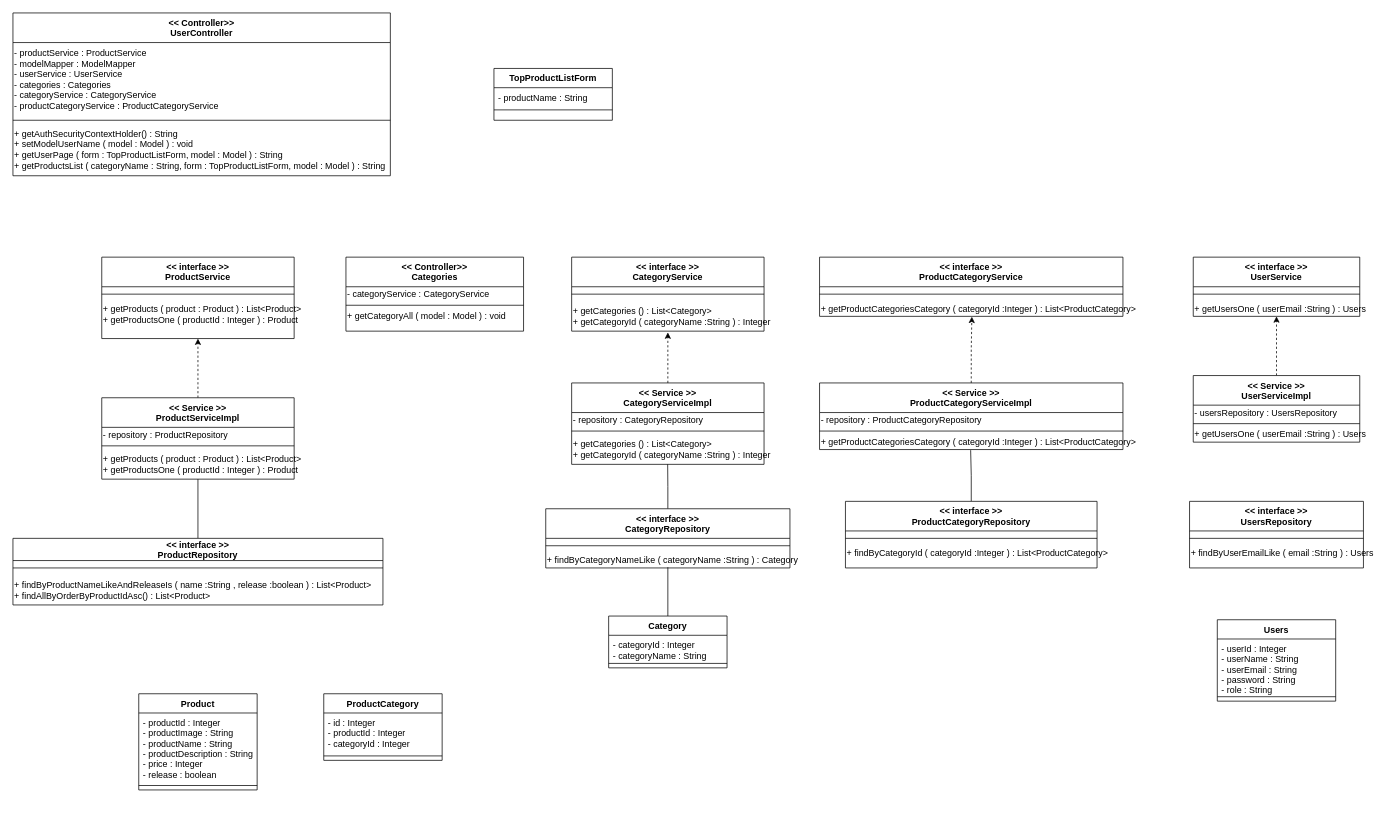
Above: page "商品リスト表示（ユーザー用）" (17 of 18) of クラス図.drawio in kumikoarai/ecsite (draw.io), before the change. Source tidied: cells renumbered, new cells numbered last; positions are measured from the earlier drawing's top-left corner, leaving out a move shared by most shapes. Both pictures are drawn from the tidied source at 74%, with x=0, y=0 at pixel (13, 13).
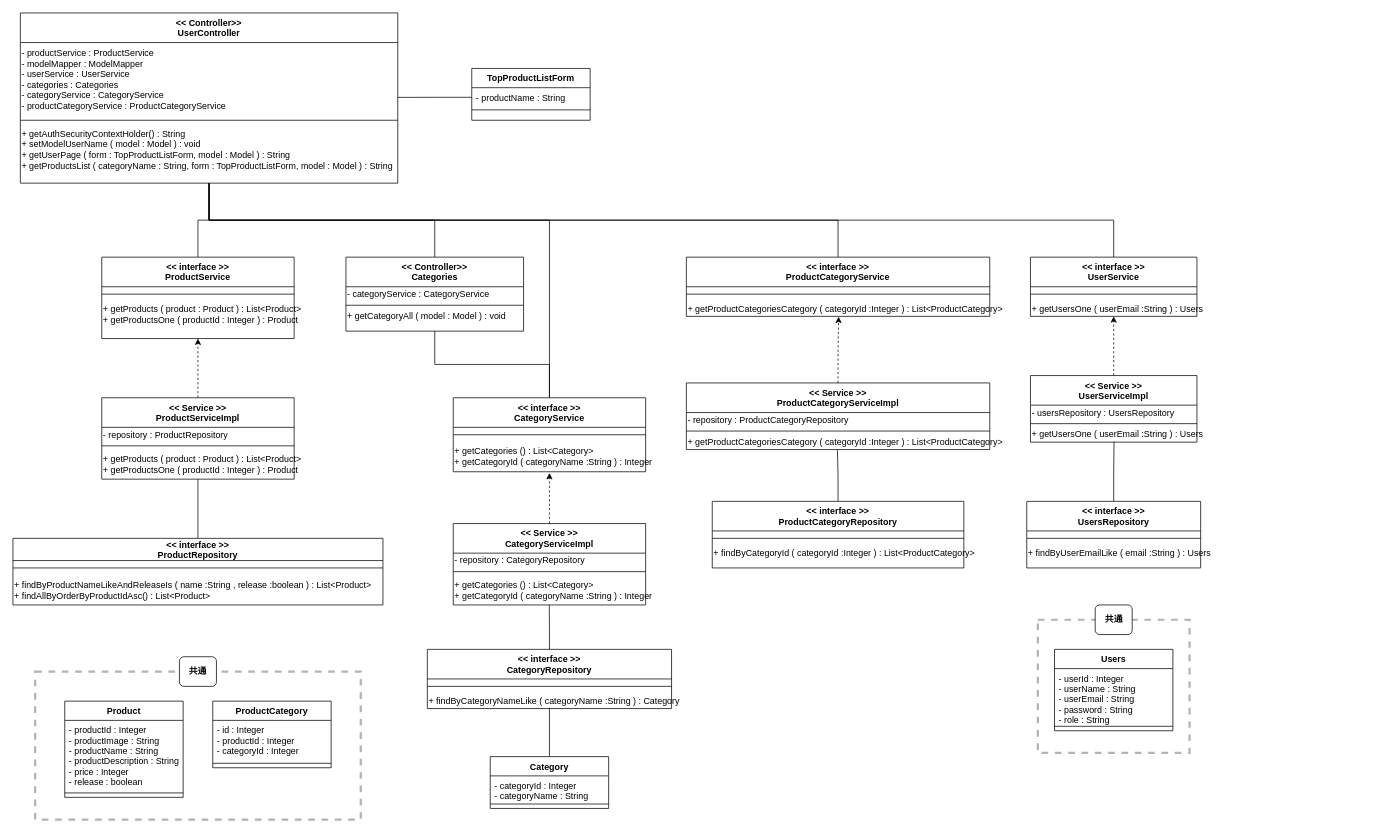
The same diagram, later.

The change refers to these unchanged cells:
```xml
<mxCell id="3" value="&lt;p style=&quot;margin-top: 0pt; margin-bottom: 0pt; margin-left: 0in; direction: ltr; unicode-bidi: embed; word-break: normal;&quot;&gt;-&amp;nbsp;productService :&amp;nbsp;ProductService&lt;/p&gt;&lt;p style=&quot;margin-top: 0pt; margin-bottom: 0pt; margin-left: 0in; direction: ltr; unicode-bidi: embed; word-break: normal;&quot;&gt;-&amp;nbsp;modelMapper :&amp;nbsp;ModelMapper&lt;/p&gt;&lt;p style=&quot;margin-top: 0pt; margin-bottom: 0pt; margin-left: 0in; direction: ltr; unicode-bidi: embed; word-break: normal;&quot;&gt;-&amp;nbsp;userService :&amp;nbsp;UserService&lt;/p&gt;&lt;p style=&quot;margin-top: 0pt; margin-bottom: 0pt; margin-left: 0in; direction: ltr; unicode-bidi: embed; word-break: normal;&quot;&gt;-&amp;nbsp;categories :&amp;nbsp;Categories&lt;/p&gt;&lt;p style=&quot;margin-top: 0pt; margin-bottom: 0pt; margin-left: 0in; direction: ltr; unicode-bidi: embed; word-break: normal;&quot;&gt;&lt;span style=&quot;background-color: initial;&quot;&gt;-&amp;nbsp;categoryService :&amp;nbsp;CategoryService&lt;/span&gt;&lt;br&gt;&lt;/p&gt;&lt;p style=&quot;margin-top: 0pt; margin-bottom: 0pt; margin-left: 0in; direction: ltr; unicode-bidi: embed; word-break: normal;&quot;&gt;-&amp;nbsp;productCategoryService :&amp;nbsp;ProductCategoryService&lt;/p&gt;" style="text;align=left;verticalAlign=middle;points=[];strokeColor=none;fillColor=none;spacing=2;html=1;spacingTop=-1;" parent="2" vertex="1">
  <mxGeometry y="40" width="510" height="100" as="geometry" />
</mxCell>
<mxCell id="7" value="- productName : String" style="text;align=left;verticalAlign=top;spacingLeft=4;spacingRight=4;overflow=hidden;points=[[0,0.5],[1,0.5]];portConstraint=eastwest;" parent="6" vertex="1">
  <mxGeometry y="26" width="160" height="26" as="geometry" />
</mxCell>
<mxCell id="12" value="&lt;&lt; interface &gt;&gt;&#10;ProductService" style="swimlane;fontStyle=1;align=center;verticalAlign=middle;horizontal=1;startSize=40;rounded=0;shadow=0;strokeWidth=1;" parent="1" vertex="1">
  <mxGeometry x="120" y="330" width="260" height="110" as="geometry" />
</mxCell>
<mxCell id="24" value="&lt;&lt; Controller&gt;&gt;&#10;Categories" style="swimlane;fontStyle=1;align=center;verticalAlign=middle;horizontal=1;startSize=40;rounded=0;shadow=0;strokeWidth=1;" parent="1" vertex="1">
  <mxGeometry x="450" y="330" width="240" height="100" as="geometry" />
</mxCell>
<mxCell id="66" value="&lt;p style=&quot;margin-top: 0pt; margin-bottom: 0pt; margin-left: 0in; direction: ltr; unicode-bidi: embed; word-break: normal;&quot;&gt;&lt;/p&gt;&lt;font face=&quot;Calibri&quot;&gt;+ getUsersOne ( userEmail :&lt;/font&gt;&lt;span style=&quot;font-family: Calibri;&quot;&gt;String&amp;nbsp;&lt;/span&gt;&lt;font face=&quot;Calibri&quot;&gt;) : Users&lt;/font&gt;&lt;font face=&quot;Calibri&quot;&gt;&lt;br&gt;&lt;/font&gt;" style="text;align=left;verticalAlign=middle;points=[];strokeColor=none;fillColor=none;spacing=2;html=1;spacingTop=-1;" parent="63" vertex="1">
  <mxGeometry y="70" width="225" height="20" as="geometry" />
</mxCell>
```

Diff of the diagram source:
```diff
@@
+    <mxCell id="73" style="rounded=0;whiteSpace=wrap;html=1;dashed=1;labelBackgroundColor=none;labelBorderColor=none;strokeColor=#B3B3B3;strokeWidth=3;fontSize=12;" parent="1" vertex="1">
+      <mxGeometry x="1385" y="820" width="205" height="180" as="geometry" />
+    </mxCell>
+    <mxCell id="74" value="共通" style="rounded=1;whiteSpace=wrap;html=1;fontStyle=1;fontSize=12;" parent="1" vertex="1">
+      <mxGeometry x="1462.5" y="800" width="50" height="40" as="geometry" />
+    </mxCell>
+    <mxCell id="75" style="rounded=0;whiteSpace=wrap;html=1;dashed=1;labelBackgroundColor=none;labelBorderColor=none;strokeColor=#B3B3B3;strokeWidth=3;fontSize=12;" parent="1" vertex="1">
+      <mxGeometry x="30" y="890" width="440" height="200" as="geometry" />
+    </mxCell>
+    <mxCell id="76" value="共通" style="rounded=1;whiteSpace=wrap;html=1;fontStyle=1;fontSize=12;" parent="1" vertex="1">
+      <mxGeometry x="225" y="870" width="50" height="40" as="geometry" />
+    </mxCell>
+    <mxCell id="77" style="edgeStyle=orthogonalEdgeStyle;rounded=0;jettySize=auto;html=1;exitX=0.5;exitY=1;exitDx=0;exitDy=0;entryX=0.5;entryY=0;entryDx=0;entryDy=0;endArrow=none;endFill=0;" parent="1" edge="1" source="2" target="12">
+      <mxGeometry relative="1" as="geometry" />
+    </mxCell>
+    <mxCell id="78" style="edgeStyle=orthogonalEdgeStyle;rounded=0;jettySize=auto;html=1;exitX=0.5;exitY=1;exitDx=0;exitDy=0;entryX=0.5;entryY=0;entryDx=0;entryDy=0;endArrow=none;endFill=0;" parent="1" edge="1" source="2" target="24">
+      <mxGeometry relative="1" as="geometry" />
+    </mxCell>
+    <mxCell id="79" style="edgeStyle=orthogonalEdgeStyle;rounded=0;jettySize=auto;html=1;exitX=0.5;exitY=1;exitDx=0;exitDy=0;entryX=0.5;entryY=0;entryDx=0;entryDy=0;endArrow=none;endFill=0;" parent="1" edge="1" source="2" target="28">
+      <mxGeometry relative="1" as="geometry">
+        <Array as="points">
+          <mxPoint x="265" y="280" />
+          <mxPoint x="725" y="280" />
+        </Array>
+      </mxGeometry>
+    </mxCell>
+    <mxCell id="80" style="edgeStyle=orthogonalEdgeStyle;rounded=0;jettySize=auto;html=1;exitX=0.5;exitY=1;exitDx=0;exitDy=0;entryX=0.5;entryY=0;entryDx=0;entryDy=0;endArrow=none;endFill=0;" parent="1" edge="1" source="2" target="43">
+      <mxGeometry relative="1" as="geometry" />
+    </mxCell>
+    <mxCell id="81" style="edgeStyle=orthogonalEdgeStyle;rounded=0;jettySize=auto;html=1;exitX=0.5;exitY=1;exitDx=0;exitDy=0;entryX=0.5;entryY=0;entryDx=0;entryDy=0;endArrow=none;endFill=0;" parent="1" edge="1" source="2" target="59">
+      <mxGeometry relative="1" as="geometry" />
+    </mxCell>
     <mxCell id="2" value="&lt;&lt; Controller&gt;&gt;&#10;UserController" style="swimlane;fontStyle=1;align=center;verticalAlign=middle;horizontal=1;startSize=40;rounded=0;shadow=0;strokeWidth=1;" parent="1" vertex="1">
-      <mxGeometry width="510" height="220" as="geometry" />
+      <mxGeometry x="10" width="510" height="230" as="geometry" />
     </mxCell>
@@
     <mxCell id="6" value="TopProductListForm" style="swimlane;fontStyle=1;align=center;verticalAlign=middle;horizontal=1;startSize=26;rounded=0;shadow=0;strokeWidth=1;" parent="1" vertex="1">
-      <mxGeometry x="650" y="75" width="160" height="70" as="geometry" />
+      <mxGeometry x="620" y="75" width="160" height="70" as="geometry" />
     </mxCell>
@@
     <mxCell id="9" value="Product" style="swimlane;fontStyle=1;align=center;verticalAlign=top;horizontal=1;startSize=26;rounded=0;shadow=0;strokeWidth=1;" parent="1" vertex="1">
-      <mxGeometry x="170" y="920" width="160" height="130" as="geometry" />
+      <mxGeometry x="70" y="930" width="160" height="130" as="geometry" />
     </mxCell>
@@
+    <mxCell id="82" style="edgeStyle=orthogonalEdgeStyle;rounded=0;jettySize=auto;html=1;exitX=0.5;exitY=1;exitDx=0;exitDy=0;entryX=0.5;entryY=0;entryDx=0;entryDy=0;endArrow=none;endFill=0;" parent="1" edge="1" source="24" target="28">
+      <mxGeometry relative="1" as="geometry" />
+    </mxCell>
@@
     <mxCell id="28" value="&lt;&lt; interface &gt;&gt;&#10;CategoryService" style="swimlane;fontStyle=1;align=center;verticalAlign=middle;horizontal=1;startSize=40;rounded=0;shadow=0;strokeWidth=1;" parent="1" vertex="1">
-      <mxGeometry x="755" y="330" width="260" height="100" as="geometry" />
+      <mxGeometry x="595" y="520" width="260" height="100" as="geometry" />
     </mxCell>
@@
     <mxCell id="32" value="&lt;&lt; Service &gt;&gt;&#10;CategoryServiceImpl" style="swimlane;fontStyle=1;align=center;verticalAlign=middle;horizontal=1;startSize=40;rounded=0;shadow=0;strokeWidth=1;" parent="1" vertex="1">
-      <mxGeometry x="755" y="500" width="260" height="110" as="geometry" />
+      <mxGeometry x="595" y="690" width="260" height="110" as="geometry" />
     </mxCell>
@@
     <mxCell id="37" value="&lt;&lt; interface &gt;&gt;&#10;CategoryRepository" style="swimlane;fontStyle=1;align=center;verticalAlign=middle;horizontal=1;startSize=40;rounded=0;shadow=0;strokeWidth=1;" parent="1" vertex="1">
-      <mxGeometry x="720" y="670" width="330" height="80" as="geometry" />
+      <mxGeometry x="560" y="860" width="330" height="80" as="geometry" />
     </mxCell>
@@
     <mxCell id="40" value="ProductCategory" style="swimlane;fontStyle=1;align=center;verticalAlign=middle;horizontal=1;startSize=26;rounded=0;shadow=0;strokeWidth=1;" parent="1" vertex="1">
-      <mxGeometry x="420" y="920" width="160" height="90" as="geometry" />
+      <mxGeometry x="270" y="930" width="160" height="90" as="geometry" />
     </mxCell>
@@
     <mxCell id="43" value="&lt;&lt; interface &gt;&gt;&#10;ProductCategoryService" style="swimlane;fontStyle=1;align=center;verticalAlign=middle;horizontal=1;startSize=40;rounded=0;shadow=0;strokeWidth=1;" parent="1" vertex="1">
-      <mxGeometry x="1090" y="330" width="410" height="80" as="geometry" />
+      <mxGeometry x="910" y="330" width="410" height="80" as="geometry" />
     </mxCell>
@@
     <mxCell id="47" value="&lt;&lt; Service &gt;&gt;&#10;ProductCategoryServiceImpl" style="swimlane;fontStyle=1;align=center;verticalAlign=middle;horizontal=1;startSize=40;rounded=0;shadow=0;strokeWidth=1;" parent="1" vertex="1">
-      <mxGeometry x="1090" y="500" width="410" height="90" as="geometry" />
+      <mxGeometry x="910" y="500" width="410" height="90" as="geometry" />
     </mxCell>
@@
     <mxCell id="52" value="&lt;&lt; interface &gt;&gt;&#10;ProductCategoryRepository" style="swimlane;fontStyle=1;align=center;verticalAlign=middle;horizontal=1;startSize=40;rounded=0;shadow=0;strokeWidth=1;" parent="1" vertex="1">
-      <mxGeometry x="1125" y="660" width="340" height="90" as="geometry" />
+      <mxGeometry x="945" y="660" width="340" height="90" as="geometry" />
     </mxCell>
@@
     <mxCell id="56" value="Category" style="swimlane;fontStyle=1;align=center;verticalAlign=middle;horizontal=1;startSize=26;rounded=0;shadow=0;strokeWidth=1;" parent="1" vertex="1">
-      <mxGeometry x="805" y="815" width="160" height="70" as="geometry" />
+      <mxGeometry x="645" y="1005" width="160" height="70" as="geometry" />
     </mxCell>
@@
     <mxCell id="59" value="&lt;&lt; interface &gt;&gt;&#10;UserService" style="swimlane;fontStyle=1;align=center;verticalAlign=middle;horizontal=1;startSize=40;rounded=0;shadow=0;strokeWidth=1;" parent="1" vertex="1">
-      <mxGeometry x="1595" y="330" width="225" height="80" as="geometry" />
+      <mxGeometry x="1375" y="330" width="225" height="80" as="geometry" />
     </mxCell>
@@
     <mxCell id="63" value="&lt;&lt; Service &gt;&gt;&#10;UserServiceImpl" style="swimlane;fontStyle=1;align=center;verticalAlign=middle;horizontal=1;startSize=40;rounded=0;shadow=0;strokeWidth=1;" parent="1" vertex="1">
-      <mxGeometry x="1595" y="490" width="225" height="90" as="geometry" />
+      <mxGeometry x="1375" y="490" width="225" height="90" as="geometry" />
     </mxCell>
@@
+    <mxCell id="83" style="edgeStyle=orthogonalEdgeStyle;rounded=0;jettySize=auto;html=1;exitX=0.5;exitY=0;exitDx=0;exitDy=0;entryX=0.502;entryY=0.968;entryDx=0;entryDy=0;entryPerimeter=0;endArrow=none;endFill=0;" parent="1" edge="1" source="67" target="66">
+      <mxGeometry relative="1" as="geometry" />
+    </mxCell>
     <mxCell id="67" value="&lt;&lt; interface &gt;&gt;&#10;UsersRepository" style="swimlane;fontStyle=1;align=center;verticalAlign=middle;horizontal=1;startSize=40;rounded=0;shadow=0;strokeWidth=1;" parent="1" vertex="1">
-      <mxGeometry x="1590" y="660" width="235" height="90" as="geometry" />
+      <mxGeometry x="1370" y="660" width="235" height="90" as="geometry" />
     </mxCell>
@@
     <mxCell id="70" value="Users" style="swimlane;fontStyle=1;align=center;verticalAlign=middle;horizontal=1;startSize=26;rounded=0;shadow=0;strokeWidth=1;" parent="1" vertex="1">
-      <mxGeometry x="1627.5" y="820" width="160" height="110" as="geometry" />
+      <mxGeometry x="1407.5" y="860" width="160" height="110" as="geometry" />
     </mxCell>
@@
+    <mxCell id="84" style="edgeStyle=orthogonalEdgeStyle;rounded=0;jettySize=auto;html=1;exitX=0;exitY=0.5;exitDx=0;exitDy=0;entryX=1;entryY=0.741;entryDx=0;entryDy=0;entryPerimeter=0;endArrow=none;endFill=0;" parent="1" edge="1" source="7" target="3">
+      <mxGeometry relative="1" as="geometry" />
+    </mxCell>
```
